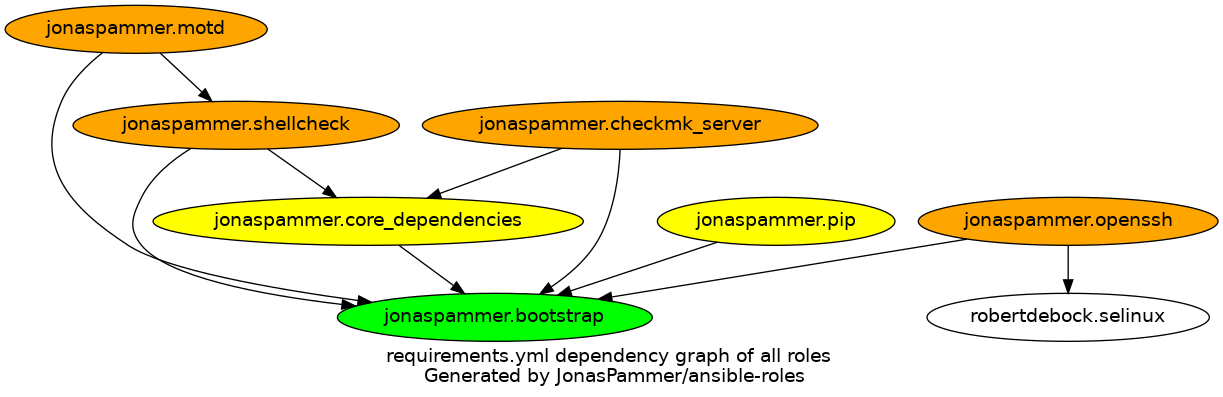
This is graphs/dependencies_ALL.png from JonasPammer/ansible-roles, a Graphviz export, as it was before one commit. Its source is kept beside it as graphs/dependencies_ALL.dot.
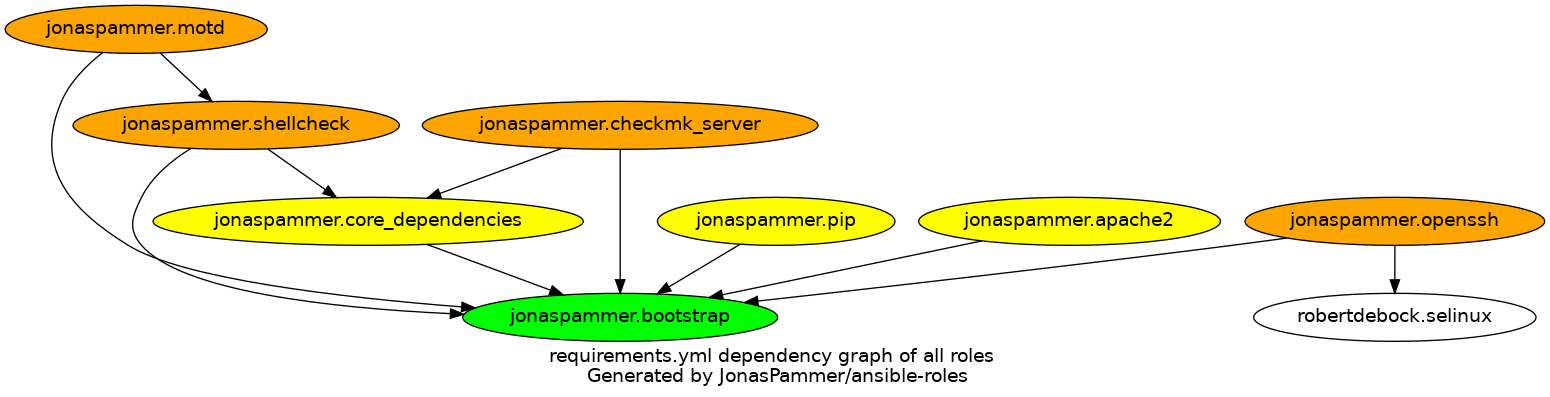
After the change.

The edit, as a diff of the source:
```diff
@@ -9,6 +9,7 @@
     "jonaspammer.pip" [fillcolor=yellow style=filled]
     "jonaspammer.shellcheck" [fillcolor=orange style=filled]
     "jonaspammer.checkmk_server" [fillcolor=orange style=filled]
+    "jonaspammer.apache2" [fillcolor=yellow style=filled]
   }
 
 
@@ -18,4 +19,5 @@
   "jonaspammer.pip" -> {"jonaspammer.bootstrap"}
   "jonaspammer.shellcheck" -> {"jonaspammer.bootstrap" "jonaspammer.core_dependencies"}
   "jonaspammer.checkmk_server" -> {"jonaspammer.bootstrap" "jonaspammer.core_dependencies"}
+  "jonaspammer.apache2" -> {"jonaspammer.bootstrap"}
 }
```
